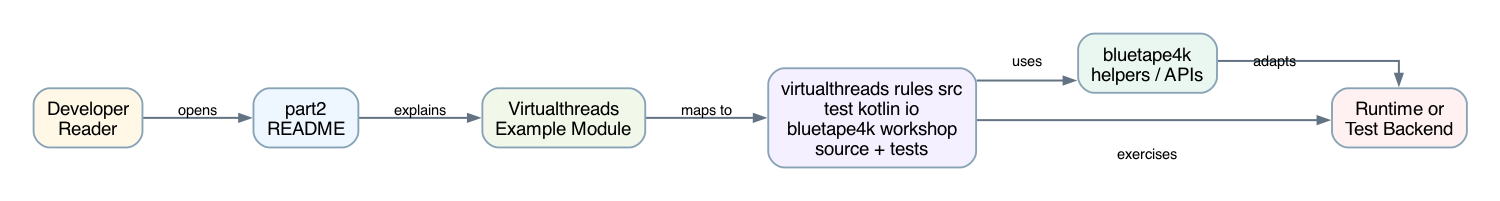
Earlier version of the Graphviz export docs/images/readme-diagrams/virtualthreads-rules-src-test-kotlin-io-bluetape4k-workshop-virtualthread-part2-readme-architecture-01.png (bluetape4k/bluetape4k-workshop). Its source is kept beside it as docs/images/readme-diagrams/virtualthreads-rules-src-test-kotlin-io-bluetape4k-workshop-virtualthread-part2-readme-architecture-01.dot.
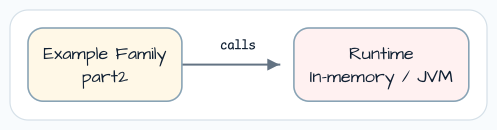
After the commit.

The edit, as a diff of the source:
```diff
@@ -14,7 +14,7 @@
     penwidth=1.4,
     color="#88A3B5",
     fillcolor="#F6FAFF",
-    fontname="Helvetica",
+    fontname="Architects Daughter",
     fontsize=14,
     margin="0.14,0.10"
   ];
@@ -22,21 +22,12 @@
     color="#637383",
     arrowsize=0.8,
     penwidth=1.5,
-    fontname="Helvetica",
+    fontname="Comic Mono",
     fontsize=11
   ];
 
-  reader [label="Developer\nReader", fillcolor="#FFF8E7"];
-  readme [label="part2\nREADME", fillcolor="#EEF7FF"];
-  module [label="Virtualthreads\nExample Module", fillcolor="#F1F8E9"];
-  source [label="virtualthreads rules src\ntest kotlin io\nbluetape4k workshop\nsource + tests", fillcolor="#F5F0FF"];
-  bt [label="bluetape4k\nhelpers / APIs", fillcolor="#EAF7F0"];
-  runtime [label="Runtime or\nTest Backend", fillcolor="#FFF1F1"];
+  entry [label="Example Family\npart2", fillcolor="#FFF8E7"];
+  runtime [label="Runtime\nIn-memory / JVM", fillcolor="#FFF1F1"];
 
-  reader -> readme [label="opens"];
-  readme -> module [label="explains"];
-  module -> source [label="maps to"];
-  source -> bt [label="uses"];
-  source -> runtime [label="exercises"];
-  bt -> runtime [label="adapts"];
+  entry -> runtime [label="calls"];
 }
```
